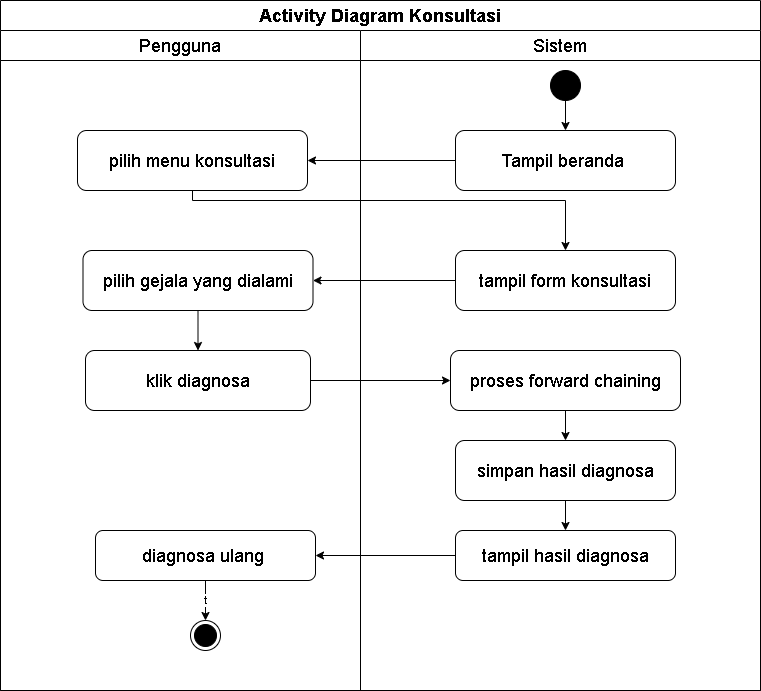
Before: diagram/Activity/user_konsultasi.png, a diagram exported from draw.io (Jinsky/Jinsky). Source tidied: cells renumbered, new cells last; positions are measured from the earlier drawing's top-left corner, leaving out a move shared by most shapes.
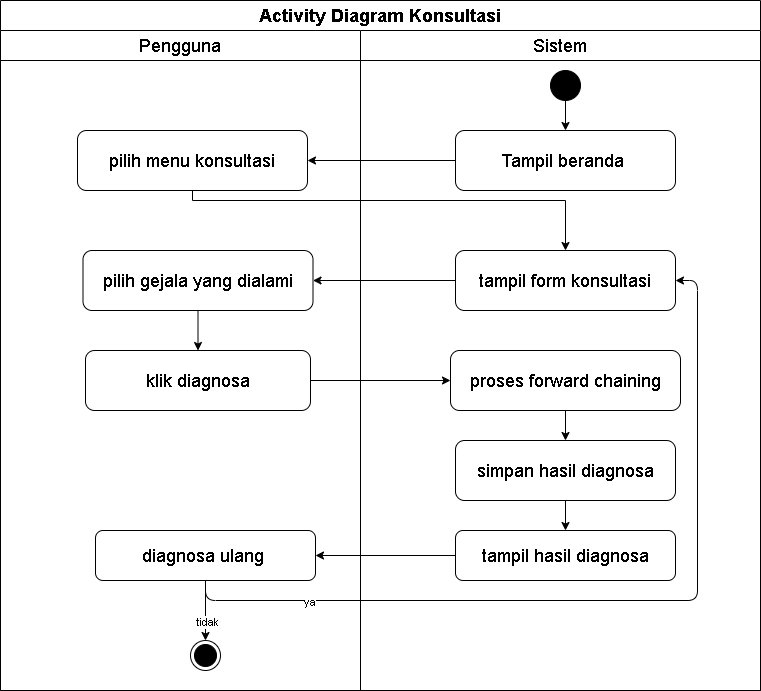
After the change.

Diff of the diagram source:
```diff
@@ -20,14 +20,14 @@
     <mxCell id="7" style="edgeStyle=none;html=1;" parent="3" edge="1" source="9" target="10">
       <mxGeometry relative="1" as="geometry" />
     </mxCell>
-    <mxCell id="8" value="t" style="edgeLabel;html=1;align=center;verticalAlign=middle;" parent="7" vertex="1">
-      <mxGeometry x="-0.04" relative="1" as="geometry" />
-    </mxCell>
+    <mxCell id="27" value="tidak" style="edgeLabel;html=1;align=center;verticalAlign=middle;" parent="7" vertex="1">
+      <mxGeometry x="0.37" y="1" relative="1" as="geometry" />
+    </mxCell>
     <mxCell id="9" value="&lt;span style=&quot;font-size: 18px;&quot;&gt;diagnosa ulang&amp;nbsp;&lt;/span&gt;" style="rounded=1;whiteSpace=wrap;html=1;fontStyle=0;" parent="3" vertex="1">
       <mxGeometry x="95" y="500" width="220" height="50" as="geometry" />
     </mxCell>
     <mxCell id="10" style="ellipse;html=1;shape=endState;fillColor=#000000;strokeColor=#000000;fontStyle=0;" parent="3" vertex="1">
-      <mxGeometry x="190" y="590" width="30" height="30" as="geometry" />
+      <mxGeometry x="190" y="610" width="30" height="30" as="geometry" />
     </mxCell>
     <mxCell id="11" value="&lt;font style=&quot;font-size: 18px;&quot;&gt;Sistem&lt;/font&gt;" style="swimlane;html=1;startSize=30;whiteSpace=wrap;fontStyle=0;" parent="2" vertex="1">
       <mxGeometry x="360" y="30" width="400" height="660" as="geometry" />
@@ -59,6 +59,18 @@
     <mxCell id="20" style="edgeStyle=none;html=1;entryX=1;entryY=0.5;entryDx=0;entryDy=0;" parent="2" edge="1" source="18" target="4">
       <mxGeometry relative="1" as="geometry" />
     </mxCell>
+    <mxCell id="28" style="edgeStyle=orthogonalEdgeStyle;html=1;entryX=1;entryY=0.5;entryDx=0;entryDy=0;" parent="2" edge="1" source="9" target="12">
+      <mxGeometry relative="1" as="geometry">
+        <Array as="points">
+          <mxPoint x="205" y="600" />
+          <mxPoint x="697" y="600" />
+          <mxPoint x="697" y="280" />
+        </Array>
+      </mxGeometry>
+    </mxCell>
+    <mxCell id="29" value="ya" style="edgeLabel;html=1;align=center;verticalAlign=middle;" parent="28" vertex="1">
+      <mxGeometry x="-0.71" y="-1" relative="1" as="geometry" />
+    </mxCell>
     <mxCell id="21" style="edgeStyle=orthogonalEdgeStyle;rounded=0;jettySize=auto;html=1;fontStyle=0;" parent="1" edge="1" source="4" target="12">
       <mxGeometry relative="1" as="geometry">
         <Array as="points">
```
